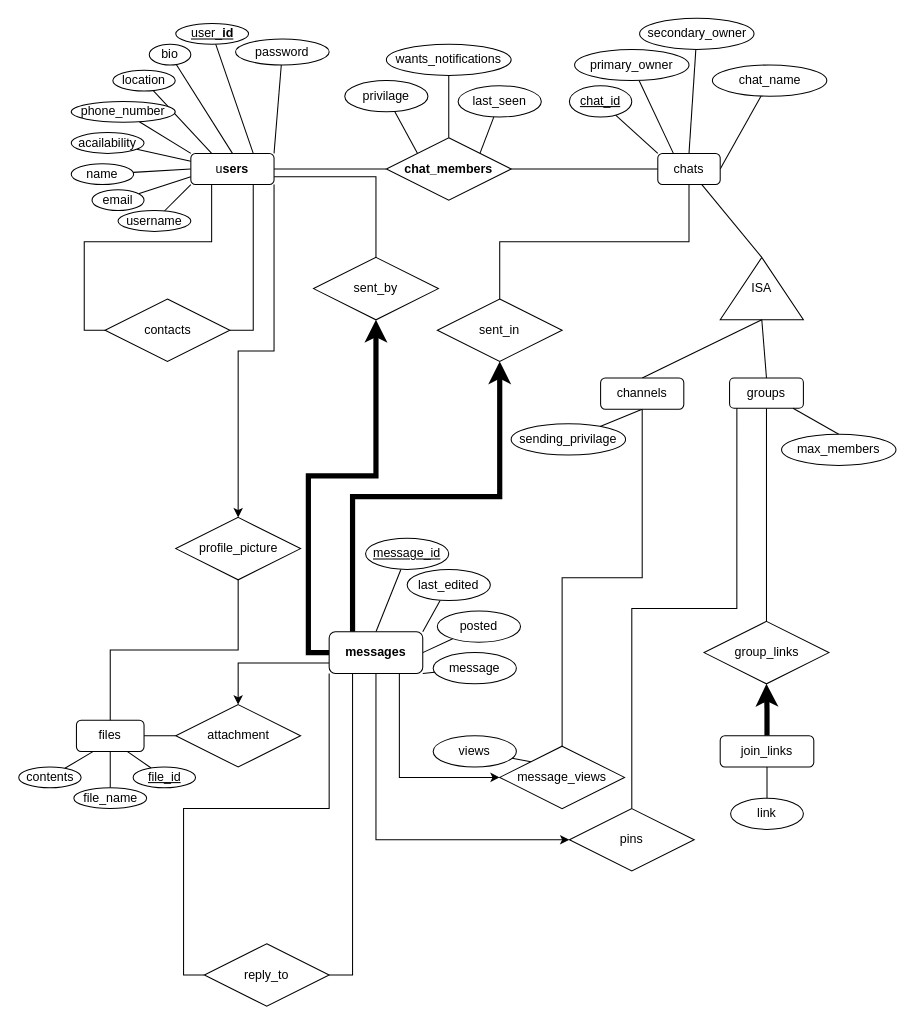
Earlier version of the draw.io diagram ER Diagram.drawio (ParkerTenBroeck/COSC_3P32). Source tidied: cells renumbered, new cells numbered last; positions are measured from the earlier drawing's top-left corner, leaving out a move shared by most shapes. Both pictures are drawn from the tidied source at 104%, with x=0, y=0 at pixel (18, 18).
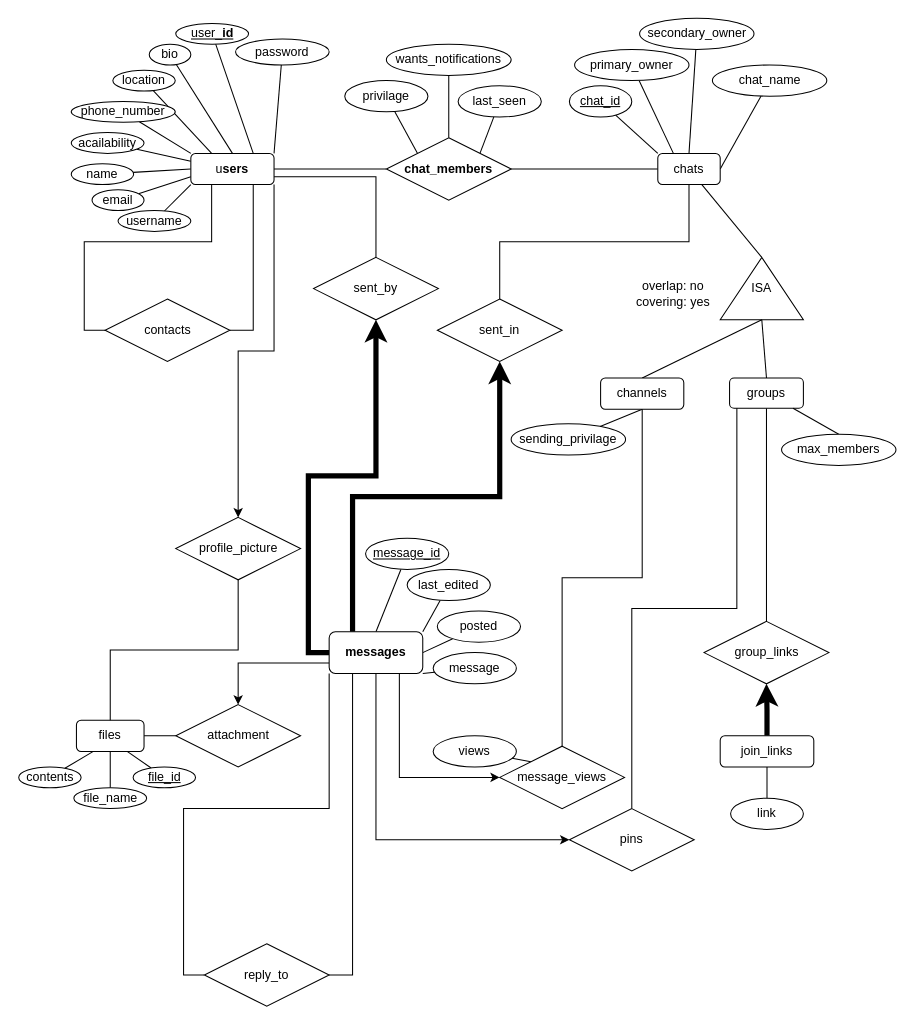
The same page after the edit.

What changed in the source:
```diff
@@
+    <mxCell id="97" value="overlap: no&lt;div&gt;covering: yes&lt;/div&gt;" style="text;html=1;align=center;verticalAlign=middle;whiteSpace=wrap;rounded=0;" parent="1" vertex="1">
+      <mxGeometry x="585" y="250" width="90" height="30" as="geometry" />
+    </mxCell>
```
